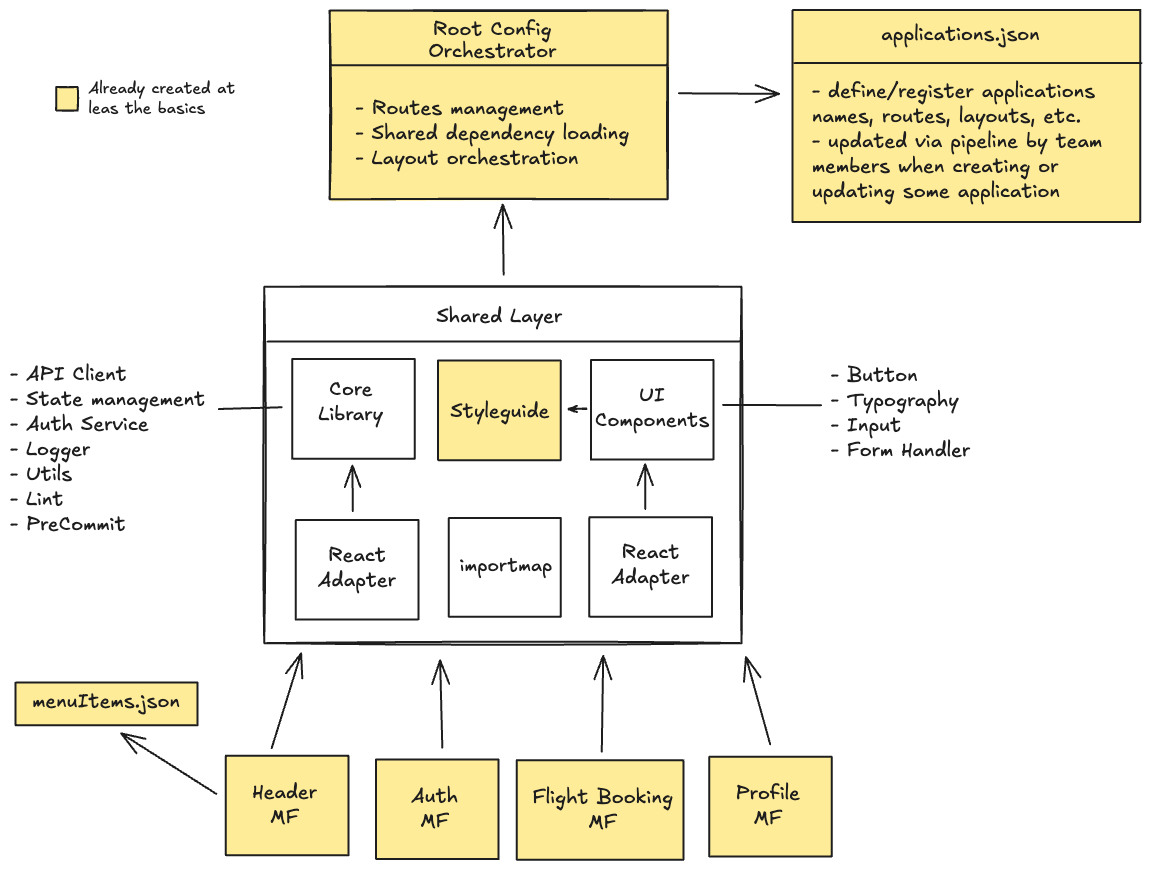
This is profile/project-architecture.excalidraw.png from skymfe/.github, a Excalidraw export, as it was before one commit. Source tidied: one line per element, renumbered; positions are measured from the earlier drawing's top-left corner, leaving out a move shared by most shapes.
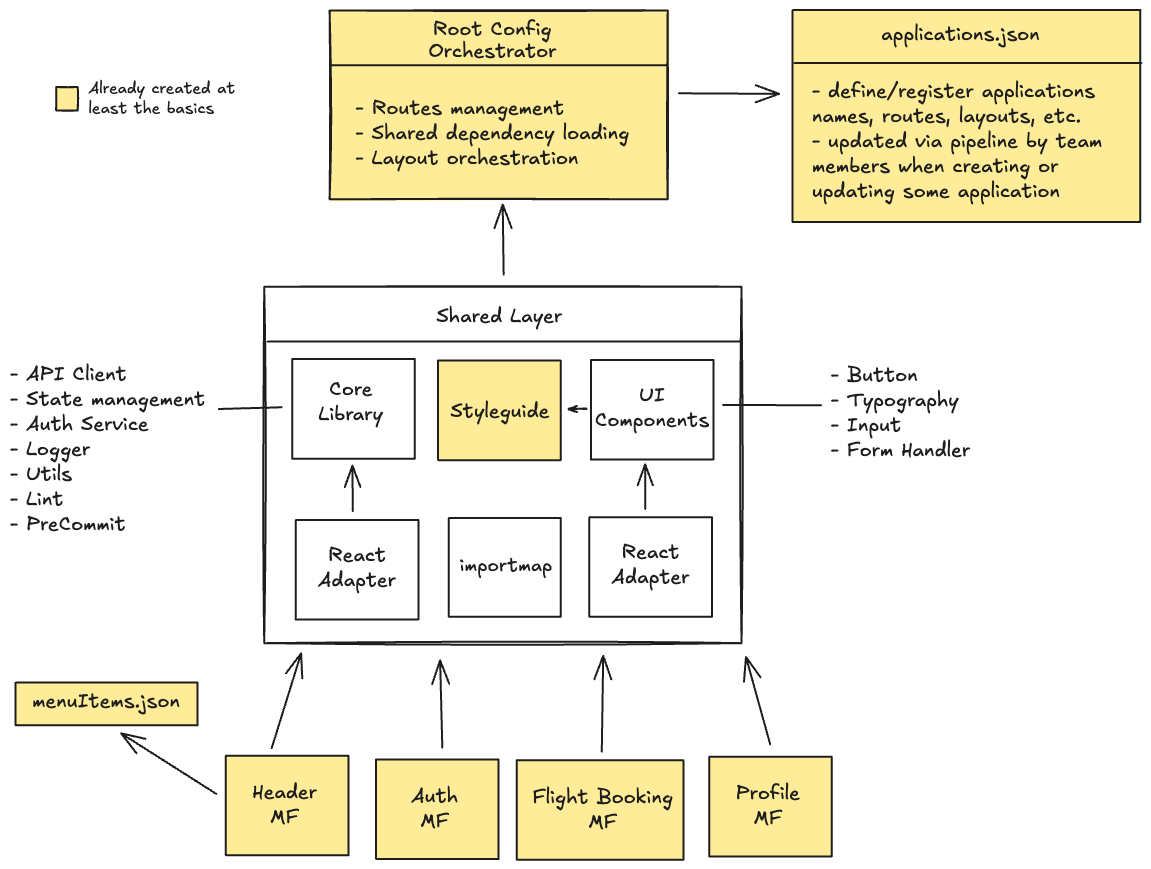
Later version of the same file.

Commit message:
chore: update project architecture diagram to include additional changes

Diff of the diagram source:
```diff
@@ -43,7 +43,7 @@
 {"id": 42, "type": "text", "text": "Styleguide", "strokeColor": "#1e1e1e", "strokeWidth": 2, "roughness": 0, "fontSize": 20, "fontFamily": 5, "textAlign": "center", "x": 440, "y": 390, "width": 99, "height": 25}
 {"id": 43, "type": "arrow", "strokeColor": "#1e1e1e", "strokeWidth": 2, "roughness": 1, "endArrowhead": "arrow", "round": true, "from": 31, "to": 41, "x": 577, "y": 399, "width": 18, "height": 0, "points": [[0, 0], [-18, 0]]}
 {"id": 44, "type": "rectangle", "strokeColor": "#1e1e1e", "backgroundColor": "#ffec99", "fillStyle": "solid", "strokeWidth": 2, "roughness": 1, "x": 46, "y": 77, "width": 22, "height": 23}
-{"id": 45, "type": "text", "text": "Already created at\nleas the basics", "strokeColor": "#1e1e1e", "backgroundColor": "#ffec99", "fillStyle": "solid", "strokeWidth": 2, "roughness": 1, "fontSize": 16, "fontFamily": 5, "x": 78, "y": 69, "width": 147, "height": 40}
+{"id": 45, "type": "text", "text": "Already created at\nleast the basics", "strokeColor": "#1e1e1e", "backgroundColor": "#ffec99", "fillStyle": "solid", "strokeWidth": 2, "roughness": 1, "fontSize": 16, "fontFamily": 5, "x": 78, "y": 69, "width": 147, "height": 40}
 {"id": 46, "type": "rectangle", "strokeColor": "#1e1e1e", "backgroundColor": "#ffec99", "fillStyle": "solid", "strokeWidth": 2, "roughness": 0, "x": 783, "y": 0, "width": 348, "height": 212}
 {"id": 47, "type": "text", "text": "- define/register applications \nnames, routes, layouts, etc.\n- updated via pipeline by team\nmembers when creating or\nupdating some application", "strokeColor": "#1e1e1e", "backgroundColor": "#ffec99", "fillStyle": "solid", "strokeWidth": 2, "roughness": 0, "fontSize": 20, "fontFamily": 5, "x": 802, "y": 69, "width": 291, "height": 125}
 {"id": 48, "type": "line", "strokeColor": "#1e1e1e", "backgroundColor": "#ffec99", "fillStyle": "solid", "strokeWidth": 2, "roughness": 0, "x": 784, "y": 53, "width": 347, "height": 0, "points": [[0, 0], [347, 0]]}
```
